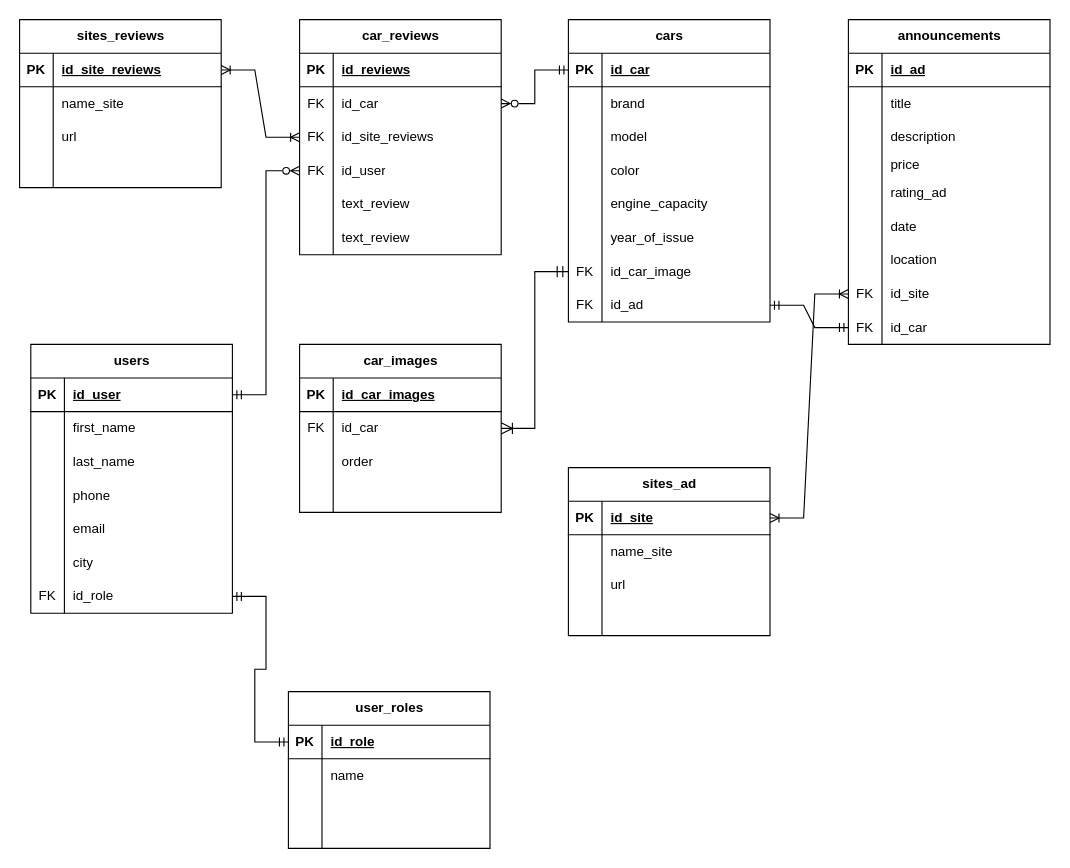
Earlier version of the draw.io diagram Диаграмма без названия.drawio (SashaKhmur03/FinalProject). Source tidied: cells renumbered, new cells numbered last; positions are measured from the earlier drawing's top-left corner, leaving out a move shared by most shapes. Both pictures are drawn from the tidied source at 112%, with x=0, y=0 at pixel (19, 19).
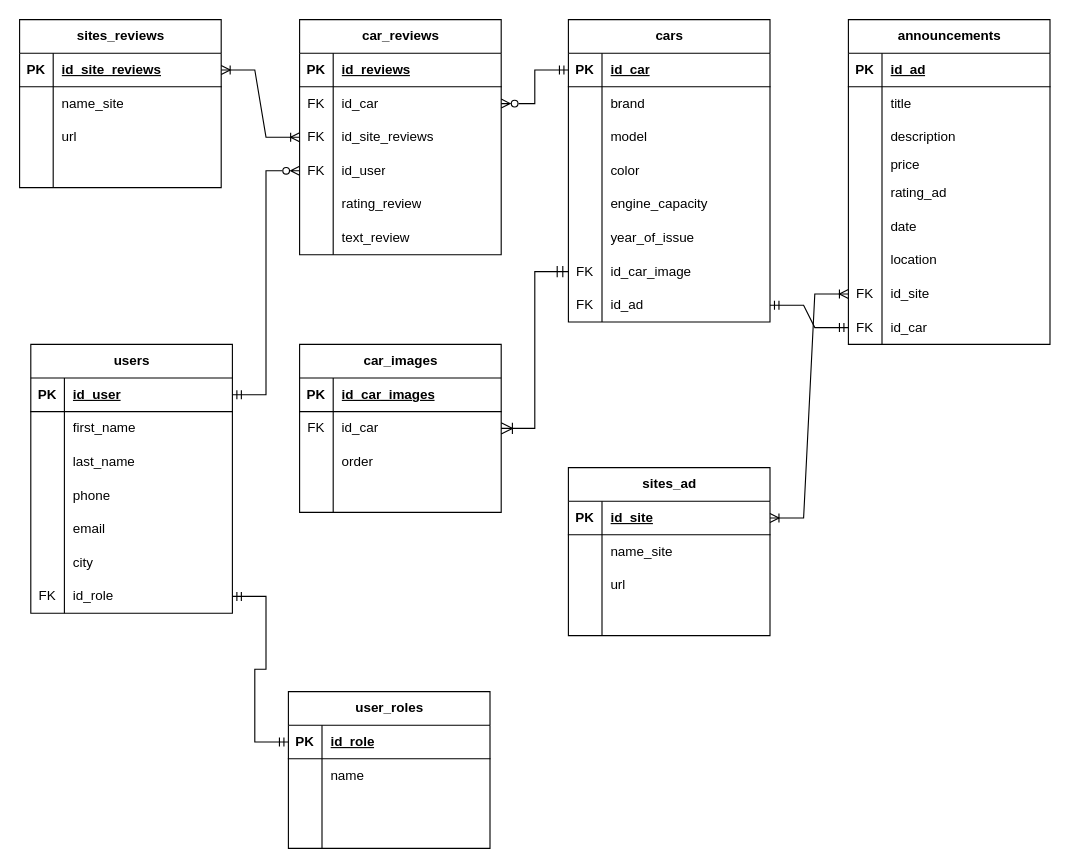
After the change.

The change refers to these unchanged cells:
```xml
<mxCell id="90" style="shape=tableRow;horizontal=0;startSize=0;swimlaneHead=0;swimlaneBody=0;fillColor=none;top=0;left=0;right=0;bottom=0;" parent="77" vertex="1">
  <mxGeometry y="150" width="180" height="30" as="geometry" />
</mxCell>
```

What changed in the source:
```diff
@@
-    <mxCell id="92" value="text_review" style="shape=partialRectangle;fillColor=none;top=0;left=0;bottom=0;right=0;align=left;spacingLeft=6;overflow=hidden;whiteSpace=wrap;html=1;" parent="90" vertex="1">
+    <mxCell id="92" value="rating_review" style="shape=partialRectangle;fillColor=none;top=0;left=0;bottom=0;right=0;align=left;spacingLeft=6;overflow=hidden;whiteSpace=wrap;html=1;" parent="90" vertex="1">
       <mxGeometry x="30" width="150" height="30" as="geometry" />
     </mxCell>
```
